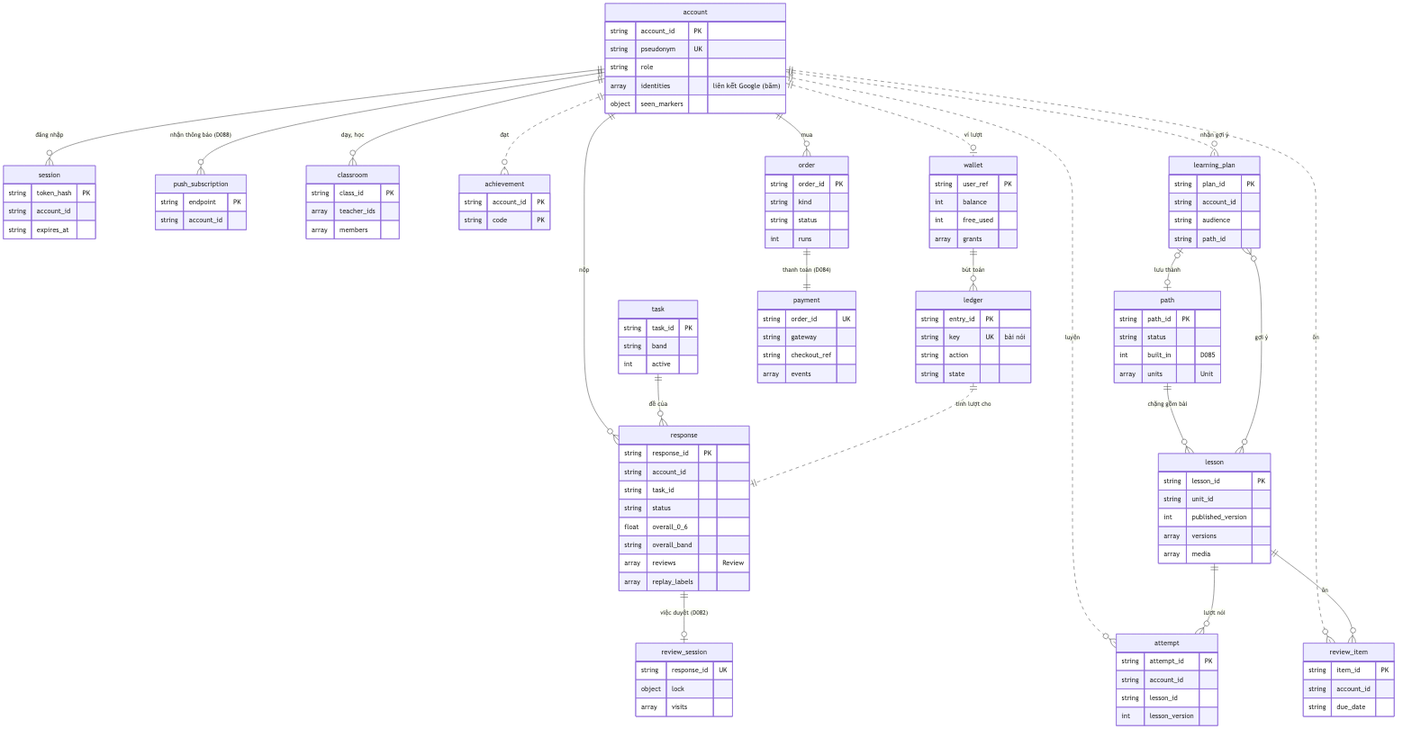
This is docs/db/erd_core.png from ThanhSangLouis/ai-assessor-cefr, a Mermaid export, as it was before one commit. Its source is kept beside it as docs/db/erd_core.mmd.
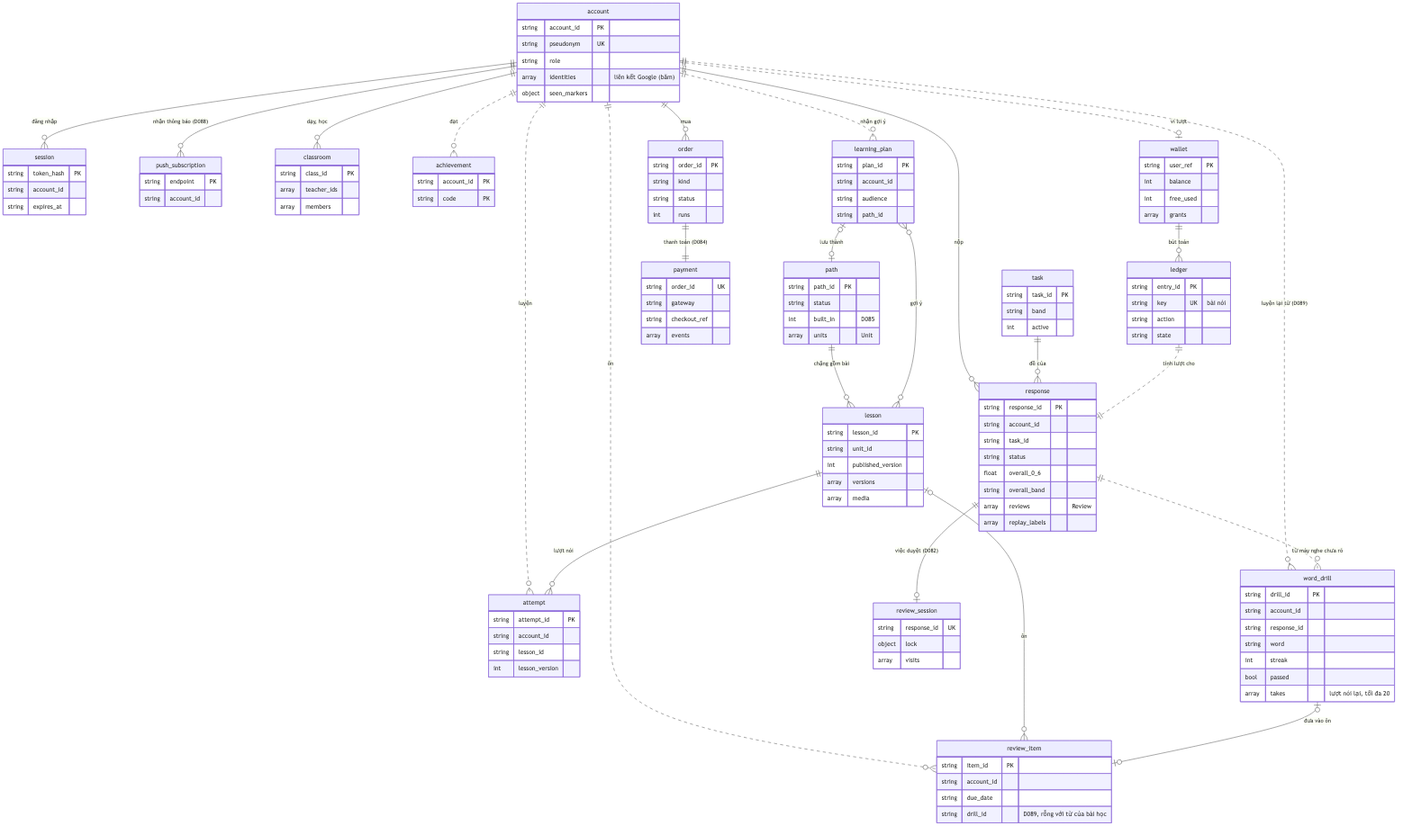
The same file after the commit.

What changed in the source:
```diff
@@ -5,6 +5,7 @@
     account ||--o{ classroom : "dạy, học"
     account ||..o{ attempt : "luyện"
     account ||..o{ review_item : "ôn"
+    account ||..o{ word_drill : "luyện lại từ (D089)"
     account ||..o{ achievement : "đạt"
     account ||..o{ learning_plan : "nhận gợi ý"
     account ||..o| wallet : "ví lượt"
@@ -15,7 +16,9 @@
 
     path ||--o{ lesson : "chặng gồm bài"
     lesson ||--o{ attempt : "lượt nói"
-    lesson ||--o{ review_item : "ôn"
+    lesson |o--o{ review_item : "ôn"
+    response ||..o{ word_drill : "từ máy nghe chưa rõ"
+    word_drill |o--o| review_item : "đưa vào ôn"
     learning_plan }o--o{ lesson : "gợi ý"
     learning_plan |o--o| path : "lưu thành"
 
@@ -87,6 +90,16 @@
         string item_id PK
         string account_id
         string due_date
+        string drill_id "D089, rỗng với từ của bài học"
+    }
+    word_drill {
+        string drill_id PK
+        string account_id
+        string response_id
+        string word
+        int streak
+        bool passed
+        array takes "lượt nói lại, tối đa 20"
     }
     achievement {
         string account_id PK
```
